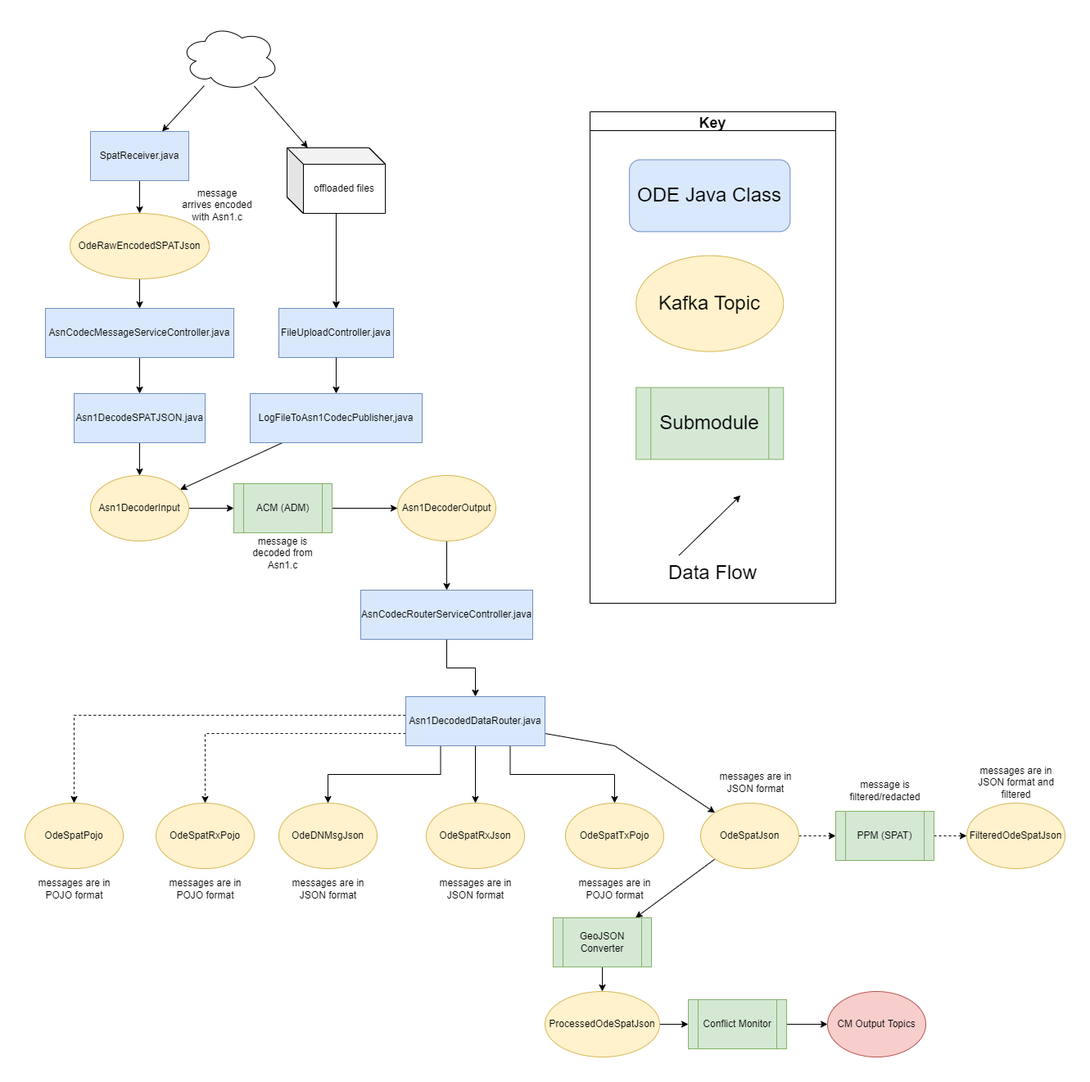
Above: docs/data-flow-diagrams/spat/SPAT Data Flow.drawio.png in usdot-jpo-ode/jpo-ode (draw.io), before the change. Source tidied: cells renumbered, new cells last; positions are measured from the earlier drawing's top-left corner, leaving out a move shared by most shapes.
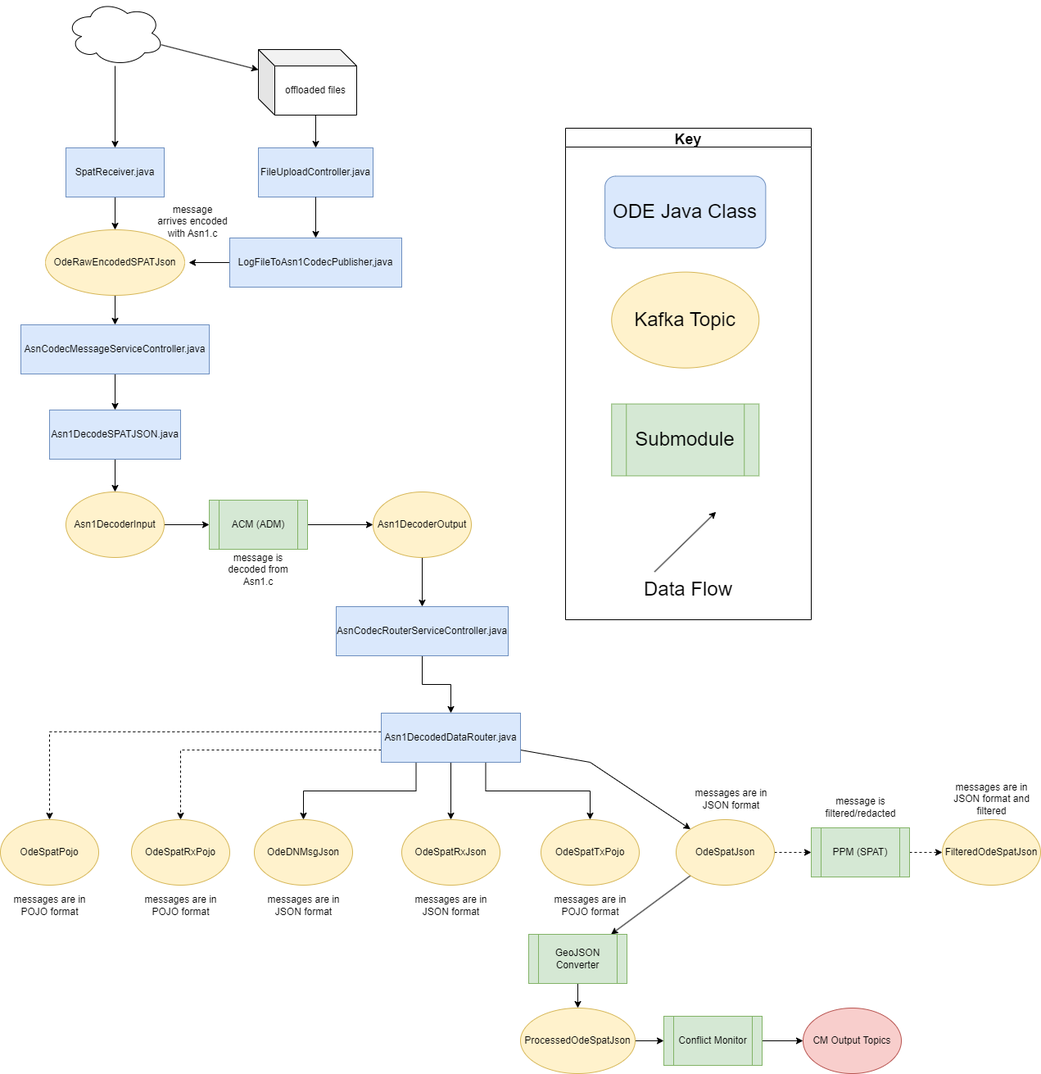
The same file after the commit.

Diff of the diagram source:
```diff
@@ -82,7 +82,7 @@
       <mxGeometry relative="1" as="geometry" />
     </mxCell>
     <mxCell id="27" style="ellipse;shape=cloud;whiteSpace=wrap;html=1;" parent="1" vertex="1">
-      <mxGeometry x="190" width="120" height="80" as="geometry" />
+      <mxGeometry x="80" y="-50" width="120" height="80" as="geometry" />
     </mxCell>
     <mxCell id="28" style="group;" parent="1" vertex="1">
       <mxGeometry x="690" y="106" width="300" height="600" as="geometry" />
@@ -189,42 +189,28 @@
     <mxCell id="61" value="ProcessedOdeSpatJson" style="ellipse;whiteSpace=wrap;html=1;fillColor=#fff2cc;strokeColor=#d6b656;" parent="1" vertex="1">
       <mxGeometry x="635" y="1180" width="140" height="80" as="geometry" />
     </mxCell>
+    <mxCell id="63" style="edgeStyle=orthogonalEdgeStyle;rounded=0;jettySize=auto;html=1;exitX=0;exitY=0;exitDx=70;exitDy=80;exitPerimeter=0;entryX=0.5;entryY=0;entryDx=0;entryDy=0;" parent="1" edge="1" source="62" target="64">
+      <mxGeometry relative="1" as="geometry" />
+    </mxCell>
     <mxCell id="62" value="offloaded files" style="shape=cube;whiteSpace=wrap;html=1;boundedLbl=1;backgroundOutline=1;darkOpacity=0.05;darkOpacity2=0.1;" parent="1" vertex="1">
-      <mxGeometry x="320" y="150" width="120" height="80" as="geometry" />
+      <mxGeometry x="315" y="10" width="120" height="80" as="geometry" />
     </mxCell>
-    <mxCell id="63" style="edgeStyle=orthogonalEdgeStyle;rounded=0;jettySize=auto;html=1;" parent="1" edge="1" source="62" target="64">
-      <mxGeometry relative="1" as="geometry" />
-    </mxCell>
     <mxCell id="64" value="FileUploadController.java" style="rounded=0;whiteSpace=wrap;html=1;fillColor=#dae8fc;strokeColor=#6c8ebf;" parent="1" vertex="1">
-      <mxGeometry x="310" y="346" width="140" height="60" as="geometry" />
+      <mxGeometry x="315" y="130" width="140" height="60" as="geometry" />
     </mxCell>
     <mxCell id="65" style="rounded=0;jettySize=auto;html=1;" parent="1" edge="1" source="64" target="67">
       <mxGeometry relative="1" as="geometry" />
     </mxCell>
-    <mxCell id="66" style="edgeStyle=none;rounded=0;jettySize=auto;html=1;" parent="1" edge="1" source="67" target="14">
-      <mxGeometry relative="1" as="geometry" />
-    </mxCell>
+    <mxCell id="73" style="edgeStyle=orthogonalEdgeStyle;rounded=0;jettySize=auto;html=1;exitX=0;exitY=0.5;exitDx=0;exitDy=0;" parent="1" edge="1" source="67">
+      <mxGeometry relative="1" as="geometry">
+        <mxPoint x="230" y="270" as="targetPoint" />
+      </mxGeometry>
+    </mxCell>
     <mxCell id="67" value="LogFileToAsn1CodecPublisher,java" style="rounded=0;whiteSpace=wrap;html=1;fillColor=#dae8fc;strokeColor=#6c8ebf;" parent="1" vertex="1">
-      <mxGeometry x="275" y="450" width="210" height="60" as="geometry" />
+      <mxGeometry x="280" y="240" width="210" height="60" as="geometry" />
     </mxCell>
     <mxCell id="68" value="&lt;span&gt;message arrives encoded with Asn1.c&lt;/span&gt;" style="text;html=1;strokeColor=none;fillColor=none;align=center;verticalAlign=middle;whiteSpace=wrap;rounded=0;" parent="1" vertex="1">
       <mxGeometry x="190" y="190" width="90" height="60" as="geometry" />
     </mxCell>
-    <mxCell id="69" value="offloaded files" style="shape=cube;whiteSpace=wrap;html=1;boundedLbl=1;backgroundOutline=1;darkOpacity=0.05;darkOpacity2=0.1;" parent="1" vertex="1">
-      <mxGeometry x="320" y="150" width="120" height="80" as="geometry" />
-    </mxCell>
-    <mxCell id="70" style="edgeStyle=orthogonalEdgeStyle;rounded=0;jettySize=auto;html=1;" parent="1" edge="1" source="69">
-      <mxGeometry relative="1" as="geometry">
-        <mxPoint x="380" y="346" as="targetPoint" />
-      </mxGeometry>
-    </mxCell>
-    <mxCell id="71" value="offloaded files" style="shape=cube;whiteSpace=wrap;html=1;boundedLbl=1;backgroundOutline=1;darkOpacity=0.05;darkOpacity2=0.1;" parent="1" vertex="1">
-      <mxGeometry x="320" y="150" width="120" height="80" as="geometry" />
-    </mxCell>
-    <mxCell id="72" style="edgeStyle=orthogonalEdgeStyle;rounded=0;jettySize=auto;html=1;" parent="1" edge="1" source="71">
-      <mxGeometry relative="1" as="geometry">
-        <mxPoint x="380" y="346" as="targetPoint" />
-      </mxGeometry>
-    </mxCell>
   </root>
 </mxGraphModel>
```
